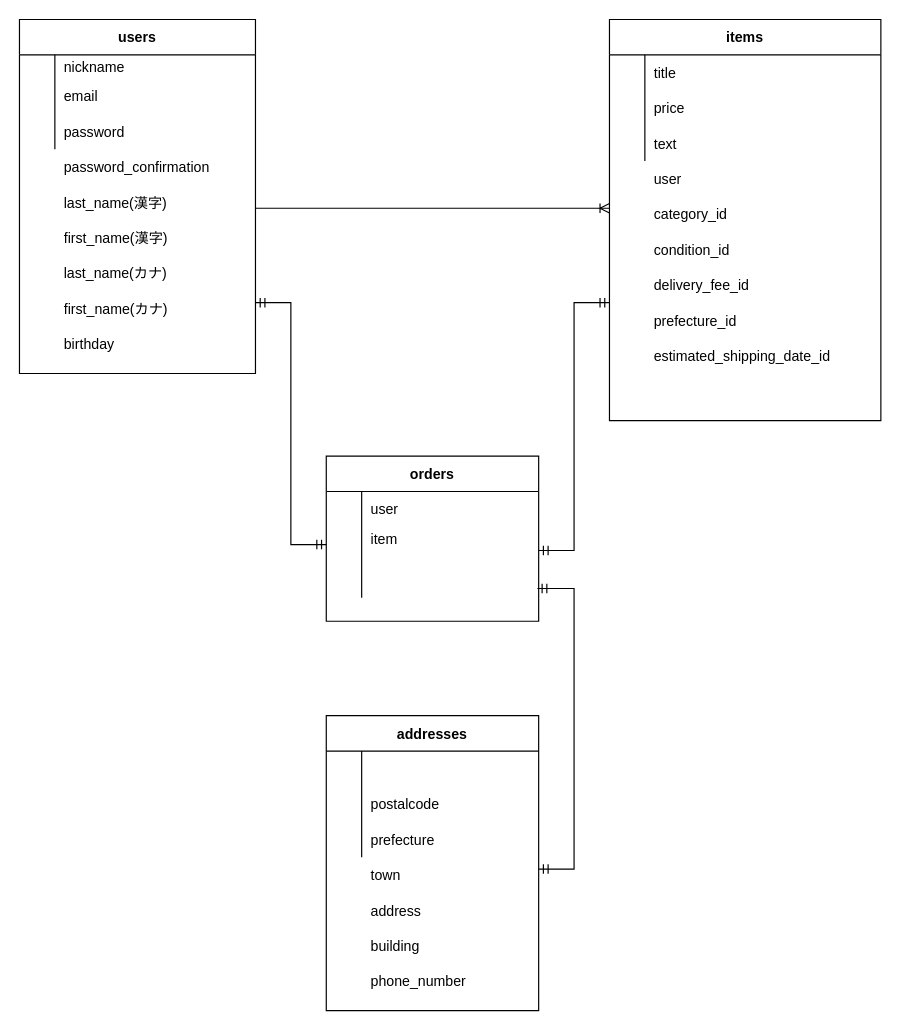
Earlier version of the draw.io diagram furima.dio (tsuyoki1124/furima-34005). Source tidied: cells renumbered, new cells numbered last; positions are measured from the earlier drawing's top-left corner, leaving out a move shared by most shapes. Both pictures are drawn from the tidied source at 118%, with x=0, y=0 at pixel (19, 19).
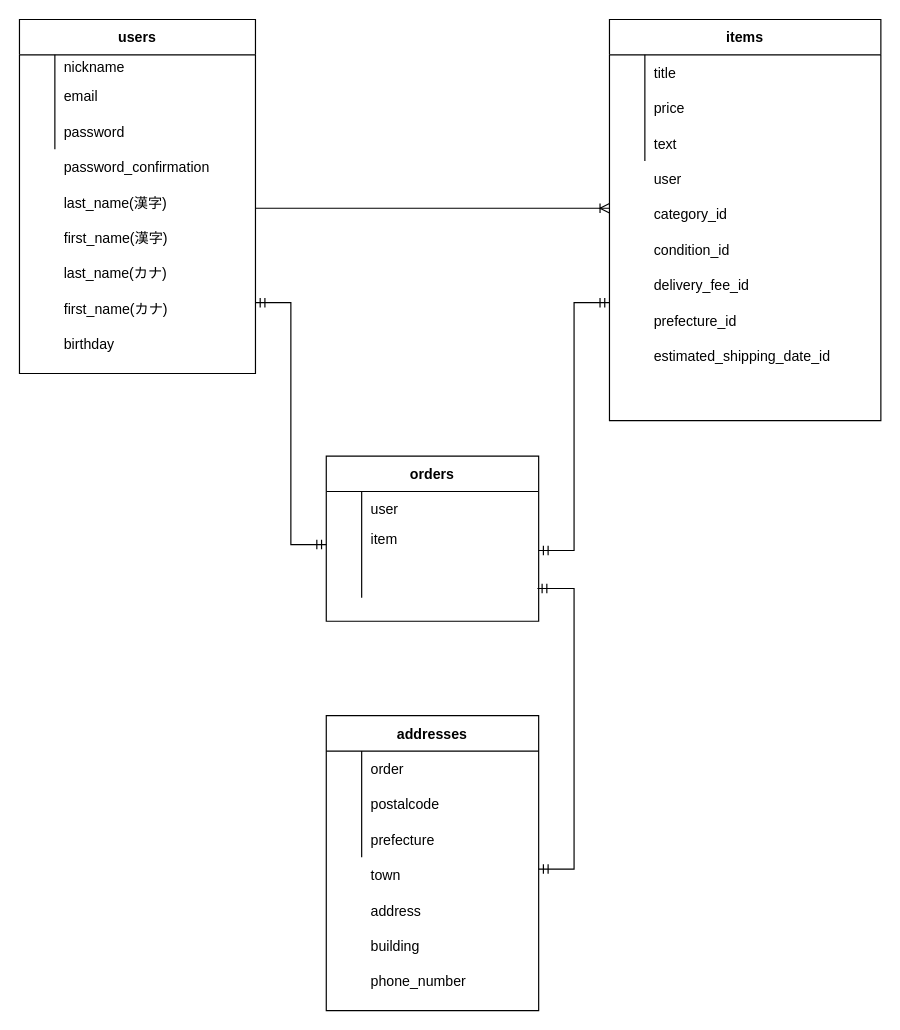
After the change.

The change refers to these unchanged cells:
```xml
<mxCell id="51" style="shape=partialRectangle;fillColor=none;top=0;left=0;bottom=0;right=0;" parent="50" vertex="1">
  <mxGeometry y="30" width="180" height="30" as="geometry" />
</mxCell>
```

What changed in the source:
```diff
@@
-    <mxCell id="53" style="shape=partialRectangle;fillColor=none;top=0;left=0;bottom=0;right=0;align=left;spacingLeft=6;overflow=hidden;" parent="51" vertex="1">
+    <mxCell id="53" value="order" style="shape=partialRectangle;fillColor=none;top=0;left=0;bottom=0;right=0;align=left;spacingLeft=6;overflow=hidden;" parent="51" vertex="1">
       <mxGeometry x="30" width="150" height="30" as="geometry" />
     </mxCell>
```
